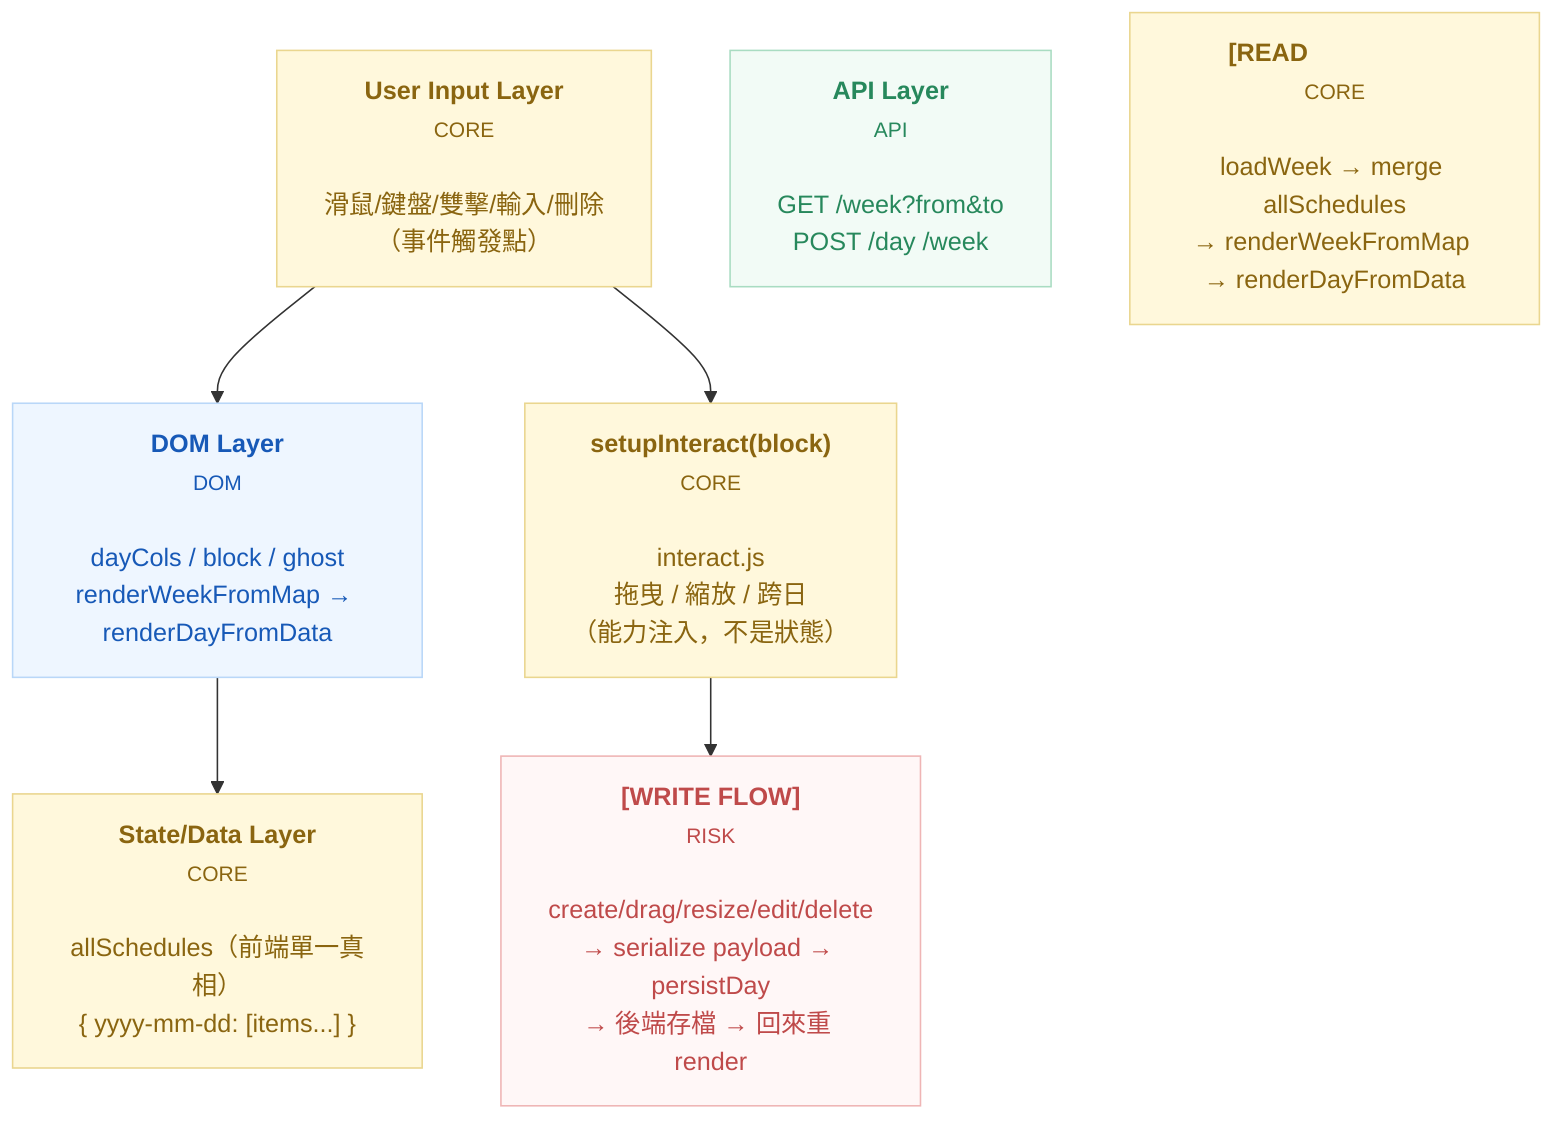
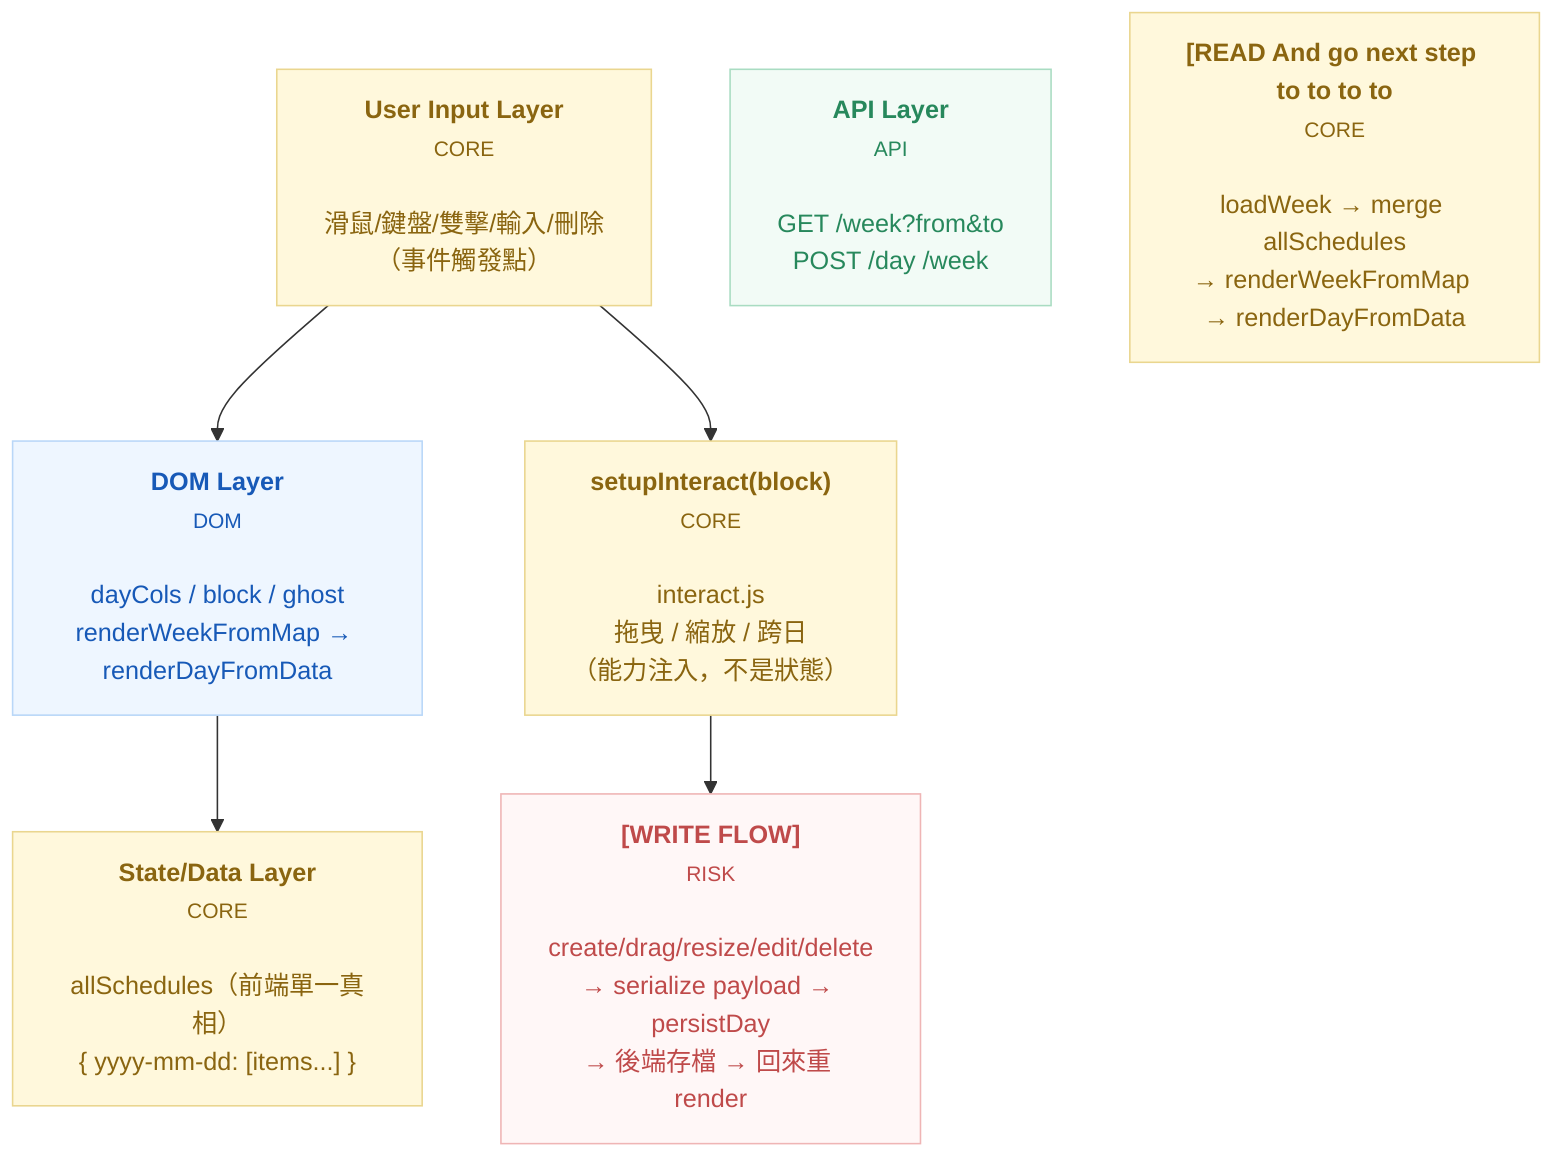
flowchart TD
  n_nqp6dqkg["<b>User Input Layer</b><br/><small>CORE</small><br/><br/>滑鼠/鍵盤/雙擊/輸入/刪除<br/>（事件觸發點）"]
  n_nbw37bv6["<b>DOM Layer</b><br/><small>DOM</small><br/><br/>dayCols / block / ghost<br/>renderWeekFromMap → renderDayFromData"]
  n_nac3vzom["<b>State/Data Layer</b><br/><small>CORE</small><br/><br/>allSchedules（前端單一真相）<br/>{ yyyy-mm-dd: [items...] }"]
  n_nyigec1g["<b>API Layer</b><br/><small>API</small><br/><br/>GET /week?from&amp;to<br/>POST /day  /week"]
-   n_nooxhqfw["<b>[READ                   </b><br/><small>CORE</small><br/><br/>loadWeek → merge allSchedules<br/>→ renderWeekFromMap → renderDayFromData"]
+   n_nooxhqfw["<b>[READ And go next step to to to to</b><br/><small>CORE</small><br/><br/>loadWeek → merge allSchedules<br/>→ renderWeekFromMap → renderDayFromData"]
  n_nxllvjvj["<b>[WRITE FLOW]</b><br/><small>RISK</small><br/><br/>create/drag/resize/edit/delete<br/>→ serialize payload → persistDay<br/>→ 後端存檔 → 回來重 render"]
  n_nfq4x2rd["<b>setupInteract(block)</b><br/><small>CORE</small><br/><br/>interact.js<br/>拖曳 / 縮放 / 跨日<br/>（能力注入，不是狀態）"]
  n_nqp6dqkg --> n_nbw37bv6
  n_nqp6dqkg --> n_nfq4x2rd
  n_nfq4x2rd --> n_nxllvjvj
  n_nbw37bv6 --> n_nac3vzom

  classDef CORE fill:#fff8dc,stroke:#ead68f,color:#8a6510
  classDef DOM fill:#eef6ff,stroke:#b9d7f8,color:#1759b7
  classDef API fill:#f2fbf6,stroke:#a9dcc2,color:#27885c
  classDef RISK fill:#fff7f7,stroke:#efb5b5,color:#bf4a4a
  class n_nqp6dqkg CORE
  class n_nbw37bv6 DOM
  class n_nac3vzom CORE
  class n_nyigec1g API
  class n_nooxhqfw CORE
  class n_nxllvjvj RISK
  class n_nfq4x2rd CORE
